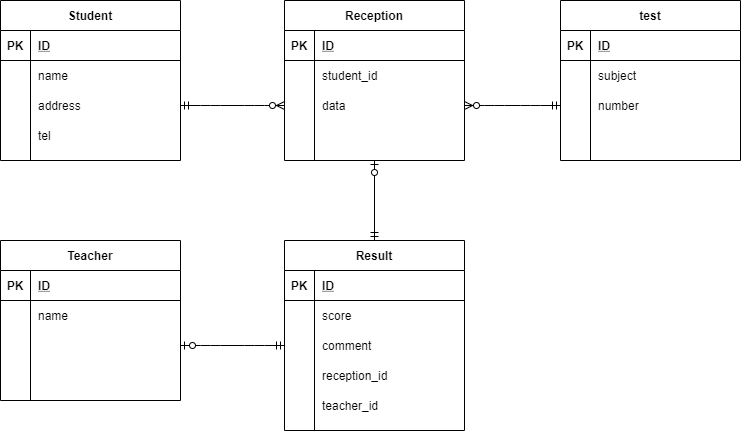
Above: index.drawio.png in takuyaone/db (draw.io), before the change. Source tidied: cells renumbered, new cells last; positions are measured from the earlier drawing's top-left corner, leaving out a move shared by most shapes. The source it was exported from:
```xml
<mxGraphModel>
  <root>
    <mxCell id="0" />
    <mxCell id="1" parent="0" />
    <mxCell id="2" value="Student" style="shape=table;startSize=30;rowLines=0;fontStyle=1;align=center;" parent="1" vertex="1">
      <mxGeometry width="180" height="160" as="geometry" />
    </mxCell>
    <mxCell id="3" style="shape=partialRectangle;fillColor=none;top=0;left=0;bottom=1;right=0;" parent="2" vertex="1">
      <mxGeometry y="30" width="180" height="30" as="geometry" />
    </mxCell>
    <mxCell id="4" value="PK" style="shape=partialRectangle;fillColor=none;top=0;left=0;bottom=0;right=0;fontStyle=1;overflow=hidden;" parent="3" vertex="1">
      <mxGeometry width="30" height="30" as="geometry" />
    </mxCell>
    <mxCell id="5" value="ID" style="shape=partialRectangle;fillColor=none;top=0;left=0;bottom=0;right=0;align=left;spacingLeft=6;fontStyle=5;overflow=hidden;" parent="3" vertex="1">
      <mxGeometry x="30" width="150" height="30" as="geometry" />
    </mxCell>
    <mxCell id="6" style="shape=partialRectangle;fillColor=none;top=0;left=0;bottom=0;right=0;" parent="2" vertex="1">
      <mxGeometry y="60" width="180" height="30" as="geometry" />
    </mxCell>
    <mxCell id="7" style="shape=partialRectangle;fillColor=none;top=0;left=0;bottom=0;right=0;overflow=hidden;" parent="6" vertex="1">
      <mxGeometry width="30" height="30" as="geometry" />
    </mxCell>
    <mxCell id="8" value="name" style="shape=partialRectangle;fillColor=none;top=0;left=0;bottom=0;right=0;align=left;spacingLeft=6;overflow=hidden;" parent="6" vertex="1">
      <mxGeometry x="30" width="150" height="30" as="geometry" />
    </mxCell>
    <mxCell id="9" style="shape=partialRectangle;fillColor=none;top=0;left=0;bottom=0;right=0;points=[[0,0.5],[1,0.5]];portConstraint=eastwest;" parent="2" vertex="1">
      <mxGeometry y="90" width="180" height="30" as="geometry" />
    </mxCell>
    <mxCell id="10" style="shape=partialRectangle;fillColor=none;top=0;left=0;bottom=0;right=0;overflow=hidden;" parent="9" vertex="1">
      <mxGeometry width="30" height="30" as="geometry" />
    </mxCell>
    <mxCell id="11" value="address" style="shape=partialRectangle;fillColor=none;top=0;left=0;bottom=0;right=0;align=left;spacingLeft=6;overflow=hidden;" parent="9" vertex="1">
      <mxGeometry x="30" width="150" height="30" as="geometry" />
    </mxCell>
    <mxCell id="12" style="shape=partialRectangle;fillColor=none;top=0;left=0;bottom=0;right=0;" parent="2" vertex="1">
      <mxGeometry y="120" width="180" height="30" as="geometry" />
    </mxCell>
    <mxCell id="13" style="shape=partialRectangle;fillColor=none;top=0;left=0;bottom=0;right=0;overflow=hidden;" parent="12" vertex="1">
      <mxGeometry width="30" height="30" as="geometry" />
    </mxCell>
    <mxCell id="14" value="tel" style="shape=partialRectangle;fillColor=none;top=0;left=0;bottom=0;right=0;align=left;spacingLeft=6;overflow=hidden;" parent="12" vertex="1">
      <mxGeometry x="30" width="150" height="30" as="geometry" />
    </mxCell>
    <mxCell id="15" value="Reception" style="shape=table;startSize=30;rowLines=0;fontStyle=1;align=center;" parent="1" vertex="1">
      <mxGeometry x="284" width="180" height="160" as="geometry" />
    </mxCell>
    <mxCell id="16" style="shape=partialRectangle;fillColor=none;top=0;left=0;bottom=1;right=0;" parent="15" vertex="1">
      <mxGeometry y="30" width="180" height="30" as="geometry" />
    </mxCell>
    <mxCell id="17" value="PK" style="shape=partialRectangle;fillColor=none;top=0;left=0;bottom=0;right=0;fontStyle=1;overflow=hidden;" parent="16" vertex="1">
      <mxGeometry width="30" height="30" as="geometry" />
    </mxCell>
    <mxCell id="18" value="ID" style="shape=partialRectangle;fillColor=none;top=0;left=0;bottom=0;right=0;align=left;spacingLeft=6;fontStyle=5;overflow=hidden;" parent="16" vertex="1">
      <mxGeometry x="30" width="150" height="30" as="geometry" />
    </mxCell>
    <mxCell id="19" style="shape=partialRectangle;fillColor=none;top=0;left=0;bottom=0;right=0;" parent="15" vertex="1">
      <mxGeometry y="60" width="180" height="30" as="geometry" />
    </mxCell>
    <mxCell id="20" style="shape=partialRectangle;fillColor=none;top=0;left=0;bottom=0;right=0;overflow=hidden;" parent="19" vertex="1">
      <mxGeometry width="30" height="30" as="geometry" />
    </mxCell>
    <mxCell id="21" value="student_id" style="shape=partialRectangle;fillColor=none;top=0;left=0;bottom=0;right=0;align=left;spacingLeft=6;overflow=hidden;" parent="19" vertex="1">
      <mxGeometry x="30" width="150" height="30" as="geometry" />
    </mxCell>
    <mxCell id="22" style="shape=partialRectangle;fillColor=none;top=0;left=0;bottom=0;right=0;points=[[0,0.5],[1,0.5]];portConstraint=eastwest;" parent="15" vertex="1">
      <mxGeometry y="90" width="180" height="30" as="geometry" />
    </mxCell>
    <mxCell id="23" style="shape=partialRectangle;fillColor=none;top=0;left=0;bottom=0;right=0;overflow=hidden;" parent="22" vertex="1">
      <mxGeometry width="30" height="30" as="geometry" />
    </mxCell>
    <mxCell id="24" value="data" style="shape=partialRectangle;fillColor=none;top=0;left=0;bottom=0;right=0;align=left;spacingLeft=6;overflow=hidden;" parent="22" vertex="1">
      <mxGeometry x="30" width="150" height="30" as="geometry" />
    </mxCell>
    <mxCell id="25" style="shape=partialRectangle;fillColor=none;top=0;left=0;bottom=0;right=0;" parent="15" vertex="1">
      <mxGeometry y="120" width="180" height="30" as="geometry" />
    </mxCell>
    <mxCell id="26" style="shape=partialRectangle;fillColor=none;top=0;left=0;bottom=0;right=0;overflow=hidden;" parent="25" vertex="1">
      <mxGeometry width="30" height="30" as="geometry" />
    </mxCell>
    <mxCell id="27" style="shape=partialRectangle;fillColor=none;top=0;left=0;bottom=0;right=0;align=left;spacingLeft=6;overflow=hidden;" parent="25" vertex="1">
      <mxGeometry x="30" width="150" height="30" as="geometry" />
    </mxCell>
    <mxCell id="28" value="test" style="shape=table;startSize=30;rowLines=0;fontStyle=1;align=center;" parent="1" vertex="1">
      <mxGeometry x="560" width="180" height="160" as="geometry" />
    </mxCell>
    <mxCell id="29" style="shape=partialRectangle;fillColor=none;top=0;left=0;bottom=1;right=0;" parent="28" vertex="1">
      <mxGeometry y="30" width="180" height="30" as="geometry" />
    </mxCell>
    <mxCell id="30" value="PK" style="shape=partialRectangle;fillColor=none;top=0;left=0;bottom=0;right=0;fontStyle=1;overflow=hidden;" parent="29" vertex="1">
      <mxGeometry width="30" height="30" as="geometry" />
    </mxCell>
    <mxCell id="31" value="ID" style="shape=partialRectangle;fillColor=none;top=0;left=0;bottom=0;right=0;align=left;spacingLeft=6;fontStyle=5;overflow=hidden;" parent="29" vertex="1">
      <mxGeometry x="30" width="150" height="30" as="geometry" />
    </mxCell>
    <mxCell id="32" style="shape=partialRectangle;fillColor=none;top=0;left=0;bottom=0;right=0;" parent="28" vertex="1">
      <mxGeometry y="60" width="180" height="30" as="geometry" />
    </mxCell>
    <mxCell id="33" style="shape=partialRectangle;fillColor=none;top=0;left=0;bottom=0;right=0;overflow=hidden;" parent="32" vertex="1">
      <mxGeometry width="30" height="30" as="geometry" />
    </mxCell>
    <mxCell id="34" value="subject" style="shape=partialRectangle;fillColor=none;top=0;left=0;bottom=0;right=0;align=left;spacingLeft=6;overflow=hidden;" parent="32" vertex="1">
      <mxGeometry x="30" width="150" height="30" as="geometry" />
    </mxCell>
    <mxCell id="35" style="shape=partialRectangle;fillColor=none;top=0;left=0;bottom=0;right=0;points=[[0,0.5],[1,0.5]];portConstraint=eastwest;" parent="28" vertex="1">
      <mxGeometry y="90" width="180" height="30" as="geometry" />
    </mxCell>
    <mxCell id="36" style="shape=partialRectangle;fillColor=none;top=0;left=0;bottom=0;right=0;overflow=hidden;" parent="35" vertex="1">
      <mxGeometry width="30" height="30" as="geometry" />
    </mxCell>
    <mxCell id="37" value="number" style="shape=partialRectangle;fillColor=none;top=0;left=0;bottom=0;right=0;align=left;spacingLeft=6;overflow=hidden;" parent="35" vertex="1">
      <mxGeometry x="30" width="150" height="30" as="geometry" />
    </mxCell>
    <mxCell id="38" style="shape=partialRectangle;fillColor=none;top=0;left=0;bottom=0;right=0;" parent="28" vertex="1">
      <mxGeometry y="120" width="180" height="30" as="geometry" />
    </mxCell>
    <mxCell id="39" style="shape=partialRectangle;fillColor=none;top=0;left=0;bottom=0;right=0;overflow=hidden;" parent="38" vertex="1">
      <mxGeometry width="30" height="30" as="geometry" />
    </mxCell>
    <mxCell id="40" style="shape=partialRectangle;fillColor=none;top=0;left=0;bottom=0;right=0;align=left;spacingLeft=6;overflow=hidden;" parent="38" vertex="1">
      <mxGeometry x="30" width="150" height="30" as="geometry" />
    </mxCell>
    <mxCell id="41" value="Teacher" style="shape=table;startSize=30;rowLines=0;fontStyle=1;align=center;" parent="1" vertex="1">
      <mxGeometry y="240" width="180" height="160" as="geometry" />
    </mxCell>
    <mxCell id="42" style="shape=partialRectangle;fillColor=none;top=0;left=0;bottom=1;right=0;" parent="41" vertex="1">
      <mxGeometry y="30" width="180" height="30" as="geometry" />
    </mxCell>
    <mxCell id="43" value="PK" style="shape=partialRectangle;fillColor=none;top=0;left=0;bottom=0;right=0;fontStyle=1;overflow=hidden;" parent="42" vertex="1">
      <mxGeometry width="30" height="30" as="geometry" />
    </mxCell>
    <mxCell id="44" value="ID" style="shape=partialRectangle;fillColor=none;top=0;left=0;bottom=0;right=0;align=left;spacingLeft=6;fontStyle=5;overflow=hidden;" parent="42" vertex="1">
      <mxGeometry x="30" width="150" height="30" as="geometry" />
    </mxCell>
    <mxCell id="45" style="shape=partialRectangle;fillColor=none;top=0;left=0;bottom=0;right=0;" parent="41" vertex="1">
      <mxGeometry y="60" width="180" height="30" as="geometry" />
    </mxCell>
    <mxCell id="46" style="shape=partialRectangle;fillColor=none;top=0;left=0;bottom=0;right=0;overflow=hidden;" parent="45" vertex="1">
      <mxGeometry width="30" height="30" as="geometry" />
    </mxCell>
    <mxCell id="47" value="name" style="shape=partialRectangle;fillColor=none;top=0;left=0;bottom=0;right=0;align=left;spacingLeft=6;overflow=hidden;" parent="45" vertex="1">
      <mxGeometry x="30" width="150" height="30" as="geometry" />
    </mxCell>
    <mxCell id="48" style="shape=partialRectangle;fillColor=none;top=0;left=0;bottom=0;right=0;points=[[0,0.5],[1,0.5]];portConstraint=eastwest;" parent="41" vertex="1">
      <mxGeometry y="90" width="180" height="30" as="geometry" />
    </mxCell>
    <mxCell id="49" style="shape=partialRectangle;fillColor=none;top=0;left=0;bottom=0;right=0;overflow=hidden;" parent="48" vertex="1">
      <mxGeometry width="30" height="30" as="geometry" />
    </mxCell>
    <mxCell id="50" style="shape=partialRectangle;fillColor=none;top=0;left=0;bottom=0;right=0;align=left;spacingLeft=6;overflow=hidden;" parent="48" vertex="1">
      <mxGeometry x="30" width="150" height="30" as="geometry" />
    </mxCell>
    <mxCell id="51" style="shape=partialRectangle;fillColor=none;top=0;left=0;bottom=0;right=0;" parent="41" vertex="1">
      <mxGeometry y="120" width="180" height="30" as="geometry" />
    </mxCell>
    <mxCell id="52" style="shape=partialRectangle;fillColor=none;top=0;left=0;bottom=0;right=0;overflow=hidden;" parent="51" vertex="1">
      <mxGeometry width="30" height="30" as="geometry" />
    </mxCell>
    <mxCell id="53" style="shape=partialRectangle;fillColor=none;top=0;left=0;bottom=0;right=0;align=left;spacingLeft=6;overflow=hidden;" parent="51" vertex="1">
      <mxGeometry x="30" width="150" height="30" as="geometry" />
    </mxCell>
    <mxCell id="54" value="Result" style="shape=table;startSize=30;rowLines=0;fontStyle=1;align=center;" parent="1" vertex="1">
      <mxGeometry x="284" y="240" width="180" height="190" as="geometry" />
    </mxCell>
    <mxCell id="55" style="shape=partialRectangle;fillColor=none;top=0;left=0;bottom=1;right=0;" parent="54" vertex="1">
      <mxGeometry y="30" width="180" height="30" as="geometry" />
    </mxCell>
    <mxCell id="56" value="PK" style="shape=partialRectangle;fillColor=none;top=0;left=0;bottom=0;right=0;fontStyle=1;overflow=hidden;" parent="55" vertex="1">
      <mxGeometry width="30" height="30" as="geometry" />
    </mxCell>
    <mxCell id="57" value="ID" style="shape=partialRectangle;fillColor=none;top=0;left=0;bottom=0;right=0;align=left;spacingLeft=6;fontStyle=5;overflow=hidden;" parent="55" vertex="1">
      <mxGeometry x="30" width="150" height="30" as="geometry" />
    </mxCell>
    <mxCell id="58" style="shape=partialRectangle;fillColor=none;top=0;left=0;bottom=0;right=0;" parent="54" vertex="1">
      <mxGeometry y="60" width="180" height="30" as="geometry" />
    </mxCell>
    <mxCell id="59" style="shape=partialRectangle;fillColor=none;top=0;left=0;bottom=0;right=0;overflow=hidden;" parent="58" vertex="1">
      <mxGeometry width="30" height="30" as="geometry" />
    </mxCell>
    <mxCell id="60" value="score" style="shape=partialRectangle;fillColor=none;top=0;left=0;bottom=0;right=0;align=left;spacingLeft=6;overflow=hidden;" parent="58" vertex="1">
      <mxGeometry x="30" width="150" height="30" as="geometry" />
    </mxCell>
    <mxCell id="61" style="shape=partialRectangle;fillColor=none;top=0;left=0;bottom=0;right=0;points=[[0,0.5],[1,0.5]];portConstraint=eastwest;" parent="54" vertex="1">
      <mxGeometry y="90" width="180" height="30" as="geometry" />
    </mxCell>
    <mxCell id="62" style="shape=partialRectangle;fillColor=none;top=0;left=0;bottom=0;right=0;overflow=hidden;" parent="61" vertex="1">
      <mxGeometry width="30" height="30" as="geometry" />
    </mxCell>
    <mxCell id="63" value="comment" style="shape=partialRectangle;fillColor=none;top=0;left=0;bottom=0;right=0;align=left;spacingLeft=6;overflow=hidden;" parent="61" vertex="1">
      <mxGeometry x="30" width="150" height="30" as="geometry" />
    </mxCell>
    <mxCell id="64" style="shape=partialRectangle;fillColor=none;top=0;left=0;bottom=0;right=0;" parent="54" vertex="1">
      <mxGeometry y="120" width="180" height="30" as="geometry" />
    </mxCell>
    <mxCell id="65" style="shape=partialRectangle;fillColor=none;top=0;left=0;bottom=0;right=0;overflow=hidden;" parent="64" vertex="1">
      <mxGeometry width="30" height="30" as="geometry" />
    </mxCell>
    <mxCell id="66" value="reception_id" style="shape=partialRectangle;fillColor=none;top=0;left=0;bottom=0;right=0;align=left;spacingLeft=6;overflow=hidden;" parent="64" vertex="1">
      <mxGeometry x="30" width="150" height="30" as="geometry" />
    </mxCell>
    <mxCell id="67" style="shape=partialRectangle;fillColor=none;top=0;left=0;bottom=0;right=0;" parent="54" vertex="1">
      <mxGeometry y="150" width="180" height="30" as="geometry" />
    </mxCell>
    <mxCell id="68" style="shape=partialRectangle;fillColor=none;top=0;left=0;bottom=0;right=0;overflow=hidden;" parent="67" vertex="1">
      <mxGeometry width="30" height="30" as="geometry" />
    </mxCell>
    <mxCell id="69" value="teacher_id" style="shape=partialRectangle;fillColor=none;top=0;left=0;bottom=0;right=0;align=left;spacingLeft=6;overflow=hidden;" parent="67" vertex="1">
      <mxGeometry x="30" width="150" height="30" as="geometry" />
    </mxCell>
    <mxCell id="70" style="edgeStyle=entityRelationEdgeStyle;fontSize=12;html=1;endArrow=ERzeroToMany;startArrow=ERmandOne;entryX=0;entryY=0.5;entryDx=0;entryDy=0;exitX=1;exitY=0.5;exitDx=0;exitDy=0;" parent="1" edge="1" source="9" target="22">
      <mxGeometry relative="1" as="geometry" />
    </mxCell>
    <mxCell id="71" style="edgeStyle=entityRelationEdgeStyle;fontSize=12;html=1;endArrow=ERzeroToMany;startArrow=ERmandOne;exitX=0;exitY=0.5;exitDx=0;exitDy=0;entryX=1;entryY=0.5;entryDx=0;entryDy=0;" parent="1" edge="1" source="35" target="22">
      <mxGeometry relative="1" as="geometry" />
    </mxCell>
    <mxCell id="72" style="fontSize=12;html=1;endArrow=ERzeroToOne;startArrow=ERmandOne;entryX=0.5;entryY=1;entryDx=0;entryDy=0;exitX=0.5;exitY=0;exitDx=0;exitDy=0;" parent="1" edge="1" source="54" target="15">
      <mxGeometry relative="1" as="geometry" />
    </mxCell>
    <mxCell id="73" style="edgeStyle=entityRelationEdgeStyle;fontSize=12;html=1;endArrow=ERzeroToOne;startArrow=ERmandOne;entryX=1;entryY=0.5;entryDx=0;entryDy=0;exitX=0;exitY=0.5;exitDx=0;exitDy=0;" parent="1" edge="1" source="61" target="48">
      <mxGeometry relative="1" as="geometry" />
    </mxCell>
  </root>
</mxGraphModel>
```
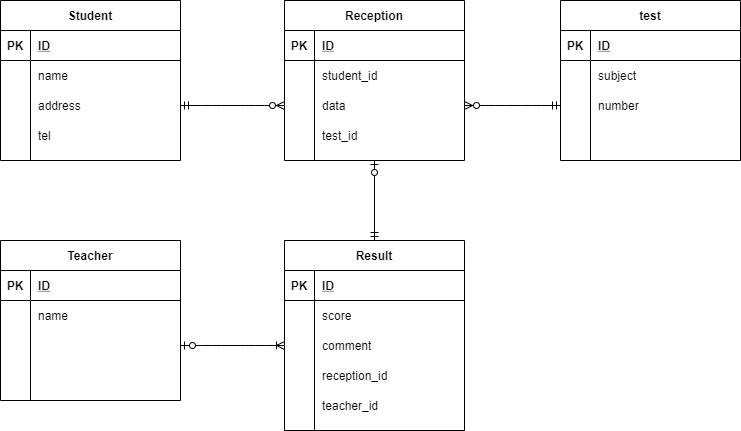
The same file after the commit.

Change to the diagram source:
```diff
@@ -77,7 +77,7 @@
     <mxCell id="26" style="shape=partialRectangle;fillColor=none;top=0;left=0;bottom=0;right=0;overflow=hidden;" parent="25" vertex="1">
       <mxGeometry width="30" height="30" as="geometry" />
     </mxCell>
-    <mxCell id="27" style="shape=partialRectangle;fillColor=none;top=0;left=0;bottom=0;right=0;align=left;spacingLeft=6;overflow=hidden;" parent="25" vertex="1">
+    <mxCell id="27" value="test_id" style="shape=partialRectangle;fillColor=none;top=0;left=0;bottom=0;right=0;align=left;spacingLeft=6;overflow=hidden;" parent="25" vertex="1">
       <mxGeometry x="30" width="150" height="30" as="geometry" />
     </mxCell>
     <mxCell id="28" value="test" style="shape=table;startSize=30;rowLines=0;fontStyle=1;align=center;" parent="1" vertex="1">
@@ -215,8 +215,8 @@
     <mxCell id="72" style="fontSize=12;html=1;endArrow=ERzeroToOne;startArrow=ERmandOne;entryX=0.5;entryY=1;entryDx=0;entryDy=0;exitX=0.5;exitY=0;exitDx=0;exitDy=0;" parent="1" edge="1" source="54" target="15">
       <mxGeometry relative="1" as="geometry" />
     </mxCell>
-    <mxCell id="73" style="edgeStyle=entityRelationEdgeStyle;fontSize=12;html=1;endArrow=ERzeroToOne;startArrow=ERmandOne;entryX=1;entryY=0.5;entryDx=0;entryDy=0;exitX=0;exitY=0.5;exitDx=0;exitDy=0;" parent="1" edge="1" source="61" target="48">
-      <mxGeometry relative="1" as="geometry" />
-    </mxCell>
+    <mxCell id="74" style="edgeStyle=entityRelationEdgeStyle;fontSize=12;html=1;endArrow=ERoneToMany;startArrow=ERzeroToOne;exitX=1;exitY=0.5;exitDx=0;exitDy=0;entryX=0;entryY=0.5;entryDx=0;entryDy=0;" parent="1" edge="1" source="48" target="61">
+      <mxGeometry relative="1" as="geometry" />
+    </mxCell>
   </root>
 </mxGraphModel>
```
